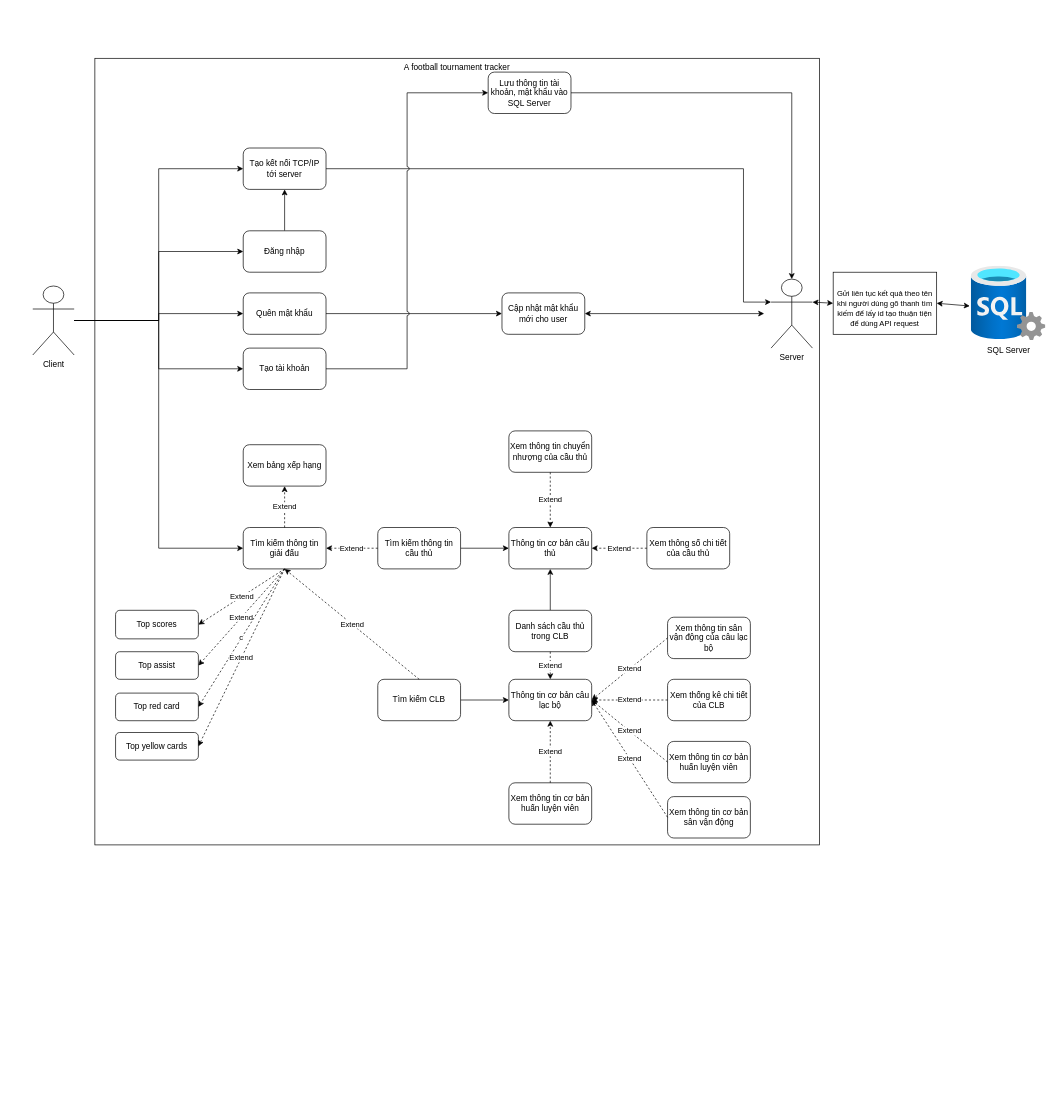
Above: Do An/Báo cáo giữa kì/Use case diagram.drawio in LapTrinhMangProject/NT106.N22.Group10 (draw.io), before the change. Source tidied: cells renumbered, new cells numbered last; positions are measured from the earlier drawing's top-left corner, leaving out a move shared by most shapes. Both pictures are drawn from the tidied source at 69%, with x=0, y=0 at pixel (32, 17).
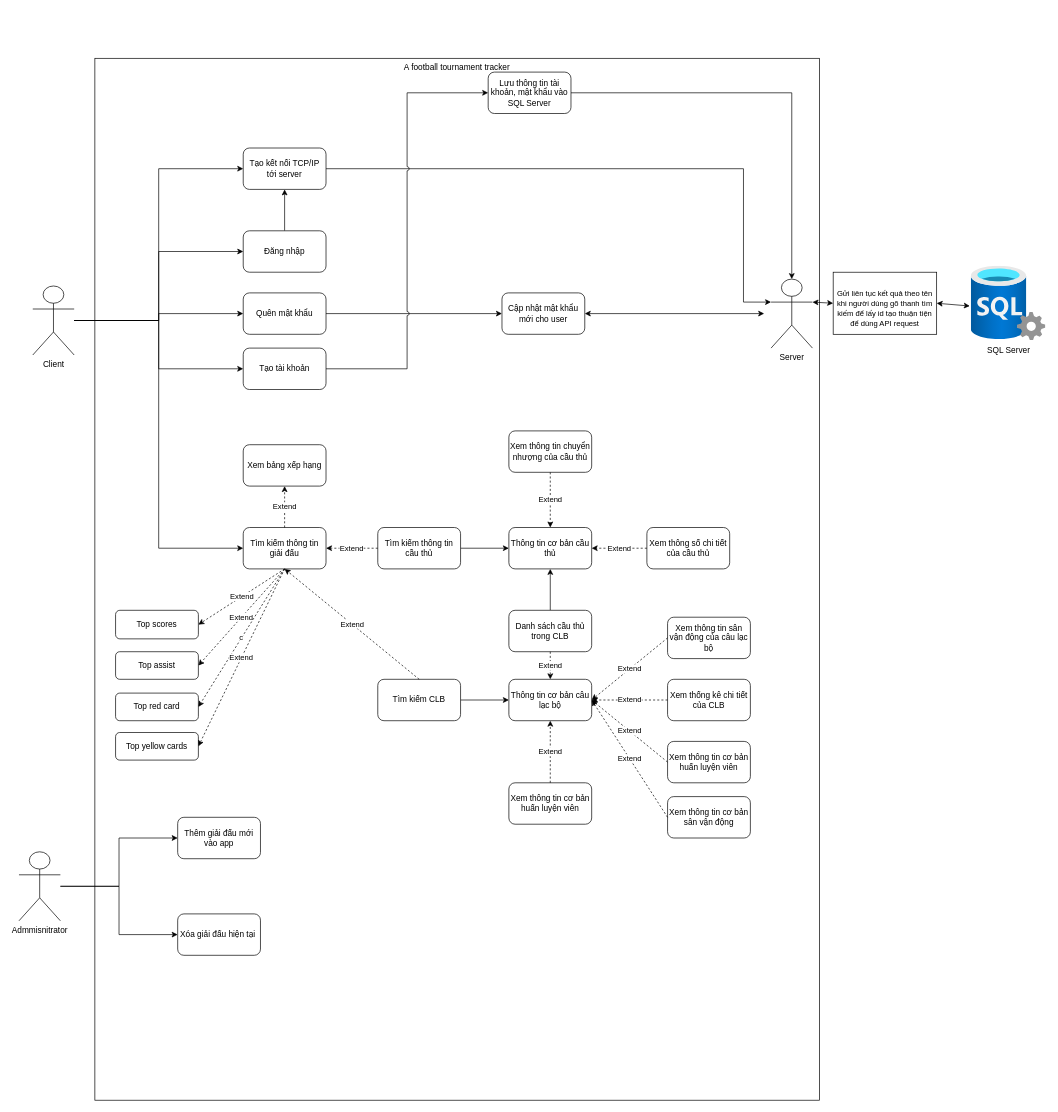
Above is the later version.

Diff of the diagram source:
```diff
@@
     <mxCell id="2" value="A football tournament tracker" style="rounded=0;whiteSpace=wrap;html=1;verticalAlign=top;" parent="1" vertex="1">
-      <mxGeometry x="90" y="60" width="1050" height="1140" as="geometry" />
+      <mxGeometry x="90" y="60" width="1050" height="1510" as="geometry" />
     </mxCell>
@@
+    <mxCell id="63" style="edgeStyle=orthogonalEdgeStyle;rounded=0;jettySize=auto;html=1;entryX=0;entryY=0.5;entryDx=0;entryDy=0;" parent="1" edge="1" source="65" target="66">
+      <mxGeometry relative="1" as="geometry" />
+    </mxCell>
+    <mxCell id="64" style="edgeStyle=orthogonalEdgeStyle;rounded=0;jettySize=auto;html=1;entryX=0;entryY=0.5;entryDx=0;entryDy=0;" parent="1" edge="1" source="65" target="67">
+      <mxGeometry relative="1" as="geometry" />
+    </mxCell>
+    <mxCell id="65" value="Admmisnitrator" style="shape=umlActor;verticalLabelPosition=bottom;verticalAlign=top;html=1;outlineConnect=0;" parent="1" vertex="1">
+      <mxGeometry x="-20" y="1210" width="60" height="100" as="geometry" />
+    </mxCell>
+    <mxCell id="66" value="Thêm giải đấu mới vào app" style="rounded=1;whiteSpace=wrap;html=1;" parent="1" vertex="1">
+      <mxGeometry x="210" y="1160" width="120" height="60" as="geometry" />
+    </mxCell>
+    <mxCell id="67" value="Xóa giải đấu hiện tại&amp;nbsp;" style="rounded=1;whiteSpace=wrap;html=1;" parent="1" vertex="1">
+      <mxGeometry x="210" y="1300" width="120" height="60" as="geometry" />
+    </mxCell>
```
